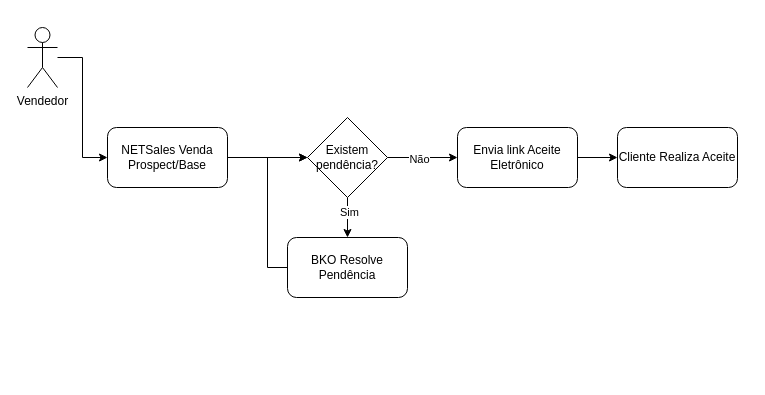
The draw.io diagram page "AS-IS v1" (1 of 2) of 127150 RGC765 (Atendimento) - Aceite Eletrônico do Residencial mesmo com pendências.drawio in samirali/ClaroBrasil, before the edit. Source tidied: cells renumbered, new cells numbered last; positions are measured from the earlier drawing's top-left corner, leaving out a move shared by most shapes. Both pictures are drawn from the tidied source at 100%, with x=0, y=0 at pixel (27, 27).
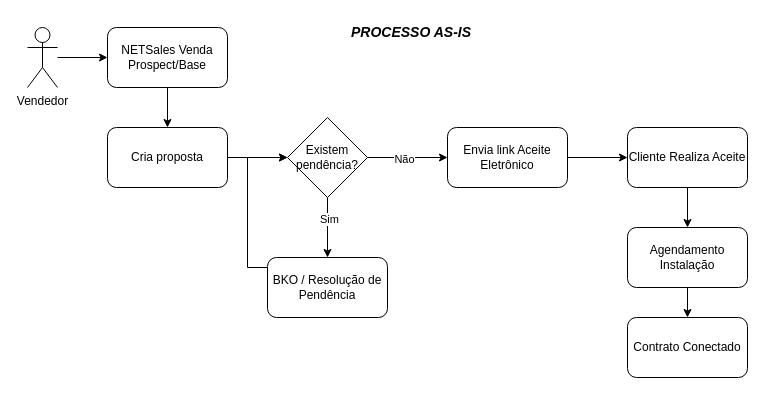
The same diagram, later.

The edit, as a diff of the source:
```diff
@@
-    <mxCell id="4" style="edgeStyle=orthogonalEdgeStyle;rounded=0;jettySize=auto;html=1;entryX=0;entryY=0.5;entryDx=0;entryDy=0;" parent="1" edge="1" source="5" target="10">
+    <mxCell id="4" style="edgeStyle=orthogonalEdgeStyle;rounded=0;jettySize=auto;html=1;entryX=0;entryY=0.5;entryDx=0;entryDy=0;" parent="1" edge="1" source="22" target="10">
       <mxGeometry relative="1" as="geometry" />
     </mxCell>
+    <mxCell id="16" style="edgeStyle=orthogonalEdgeStyle;rounded=0;jettySize=auto;html=1;entryX=0.5;entryY=0;entryDx=0;entryDy=0;" parent="1" edge="1" source="5" target="22">
+      <mxGeometry relative="1" as="geometry" />
+    </mxCell>
     <mxCell id="5" value="NETSales Venda Prospect/Base" style="rounded=1;whiteSpace=wrap;html=1;" parent="1" vertex="1">
-      <mxGeometry x="80" y="100" width="120" height="60" as="geometry" />
+      <mxGeometry x="80" width="120" height="60" as="geometry" />
     </mxCell>
@@
     <mxCell id="10" value="Existem pendência?" style="rhombus;whiteSpace=wrap;html=1;" parent="1" vertex="1">
-      <mxGeometry x="280" y="90" width="80" height="80" as="geometry" />
+      <mxGeometry x="260" y="90" width="80" height="80" as="geometry" />
     </mxCell>
     <mxCell id="11" style="edgeStyle=orthogonalEdgeStyle;rounded=0;jettySize=auto;html=1;entryX=0;entryY=0.5;entryDx=0;entryDy=0;" parent="1" edge="1" source="12" target="10">
       <mxGeometry relative="1" as="geometry">
         <Array as="points">
-          <mxPoint x="240" y="240" />
-          <mxPoint x="240" y="130" />
+          <mxPoint x="220" y="240" />
+          <mxPoint x="220" y="130" />
         </Array>
       </mxGeometry>
     </mxCell>
-    <mxCell id="12" value="BKO Resolve Pendência" style="rounded=1;whiteSpace=wrap;html=1;" parent="1" vertex="1">
-      <mxGeometry x="260" y="210" width="120" height="60" as="geometry" />
+    <mxCell id="12" value="BKO / Resolução de Pendência" style="rounded=1;whiteSpace=wrap;html=1;" parent="1" vertex="1">
+      <mxGeometry x="240" y="230" width="120" height="60" as="geometry" />
     </mxCell>
@@
     <mxCell id="14" value="Envia link Aceite Eletrônico" style="rounded=1;whiteSpace=wrap;html=1;" parent="1" vertex="1">
-      <mxGeometry x="430" y="100" width="120" height="60" as="geometry" />
+      <mxGeometry x="420" y="100" width="120" height="60" as="geometry" />
     </mxCell>
+    <mxCell id="17" style="edgeStyle=orthogonalEdgeStyle;rounded=0;jettySize=auto;html=1;" parent="1" edge="1" source="15" target="19">
+      <mxGeometry relative="1" as="geometry" />
+    </mxCell>
     <mxCell id="15" value="Cliente Realiza Aceite" style="whiteSpace=wrap;html=1;rounded=1;" parent="1" vertex="1">
-      <mxGeometry x="590" y="100" width="120" height="60" as="geometry" />
+      <mxGeometry x="600" y="100" width="120" height="60" as="geometry" />
     </mxCell>
+    <mxCell id="18" style="edgeStyle=orthogonalEdgeStyle;rounded=0;jettySize=auto;html=1;" parent="1" edge="1" source="19" target="20">
+      <mxGeometry relative="1" as="geometry" />
+    </mxCell>
+    <mxCell id="19" value="Agendamento Instalação" style="whiteSpace=wrap;html=1;rounded=1;" parent="1" vertex="1">
+      <mxGeometry x="600" y="200" width="120" height="60" as="geometry" />
+    </mxCell>
+    <mxCell id="20" value="Contrato Conectado" style="whiteSpace=wrap;html=1;rounded=1;" parent="1" vertex="1">
+      <mxGeometry x="600" y="290" width="120" height="60" as="geometry" />
+    </mxCell>
+    <mxCell id="21" value="PROCESSO AS-IS" style="text;html=1;align=center;verticalAlign=middle;whiteSpace=wrap;rounded=0;fontStyle=3;fontSize=14;" parent="1" vertex="1">
+      <mxGeometry x="189" y="-10" width="390" height="30" as="geometry" />
+    </mxCell>
+    <mxCell id="22" value="Cria proposta" style="rounded=1;whiteSpace=wrap;html=1;" parent="1" vertex="1">
+      <mxGeometry x="80" y="100" width="120" height="60" as="geometry" />
+    </mxCell>
```
